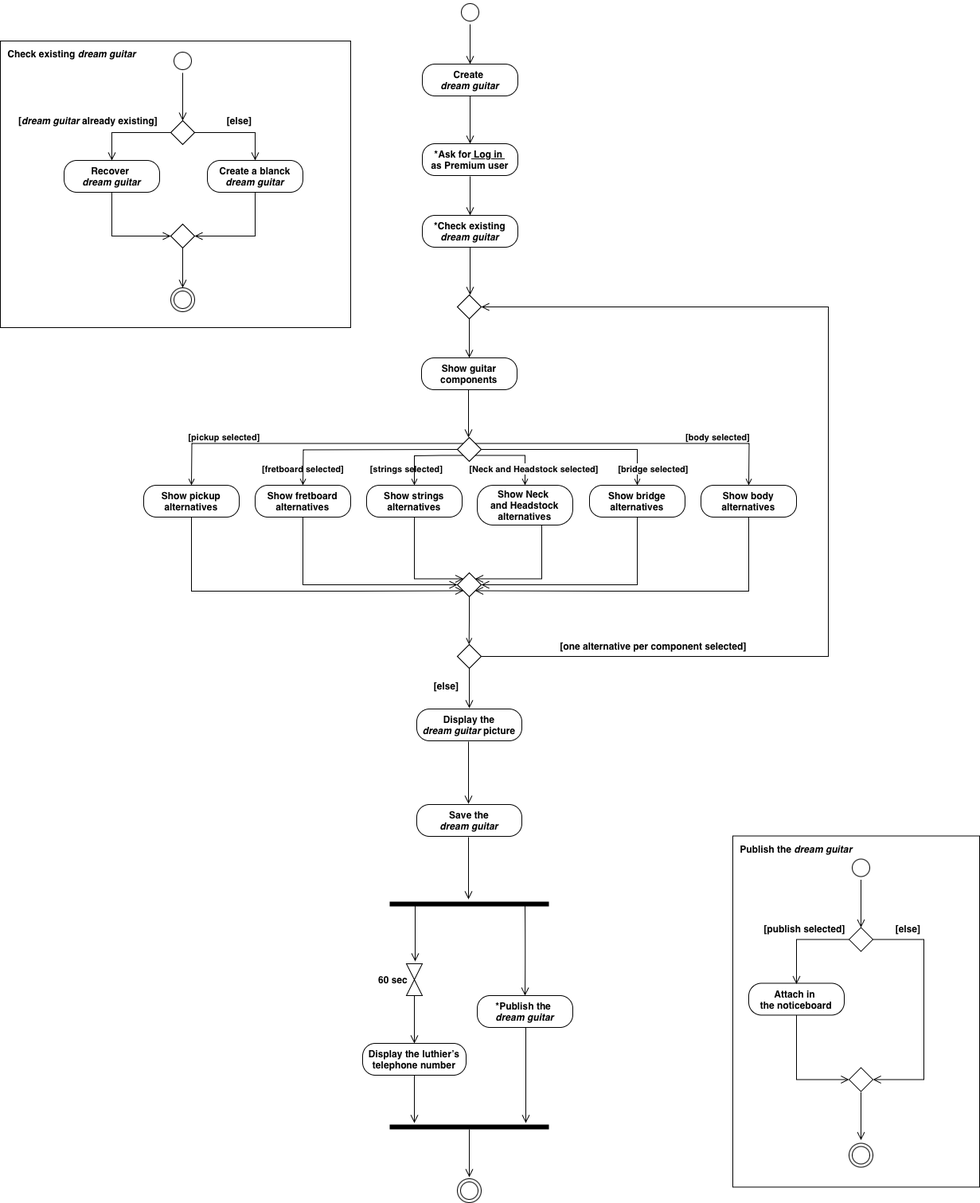
Above: ActivityDiagramT.drawio.png in TizianoLilli/ISPW-Project (draw.io), before the change. Source tidied: cells renumbered, new cells last; positions are measured from the earlier drawing's top-left corner, leaving out a move shared by most shapes.
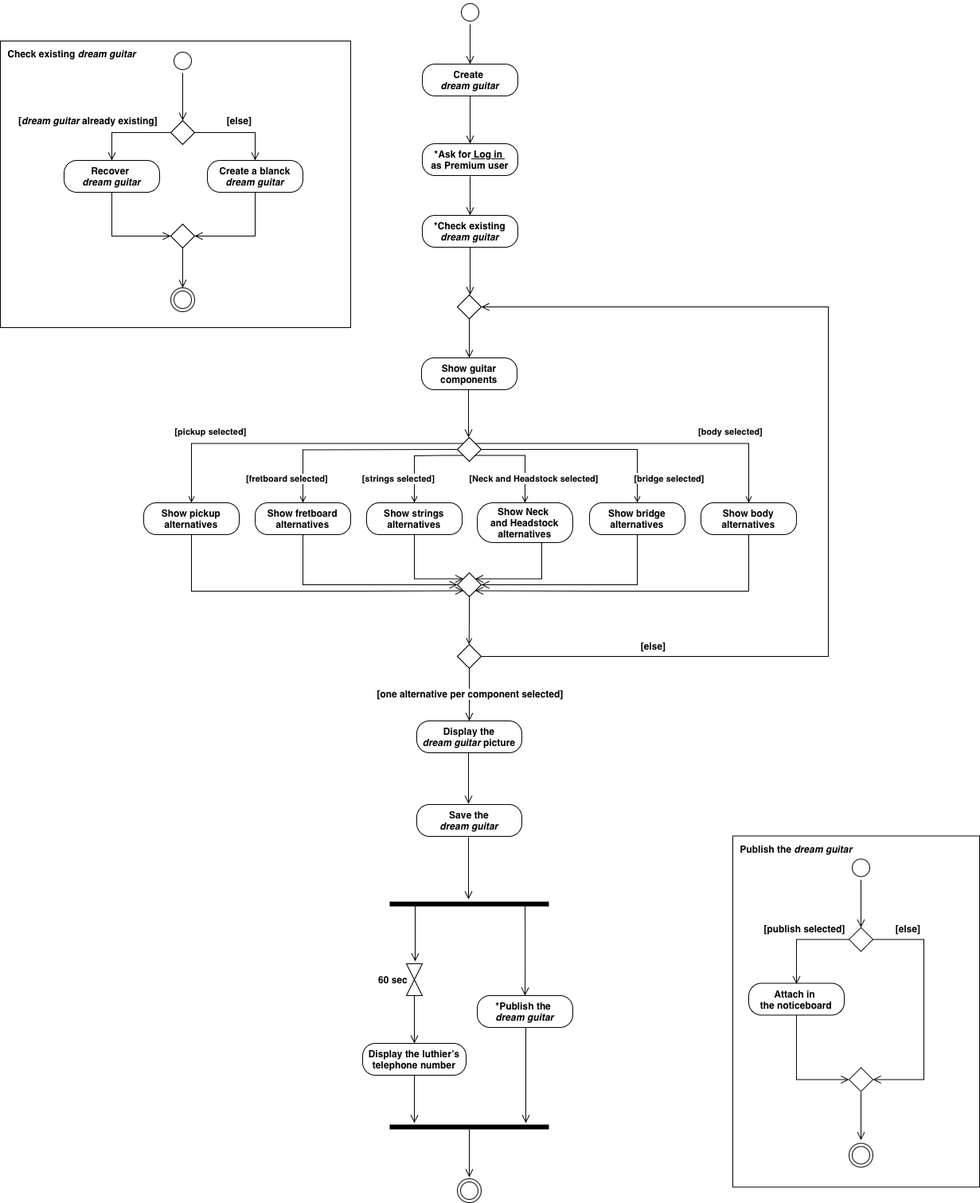
The same file after the commit.

What changed in the source:
```diff
@@ -41,14 +41,13 @@
         <mxPoint x="588" y="549" as="targetPoint" />
       </mxGeometry>
     </mxCell>
-    <mxCell id="11" value="&lt;b style=&quot;&quot;&gt;[fretboard selected]&lt;/b&gt;" style="edgeStyle=orthogonalEdgeStyle;rounded=0;orthogonalLoop=1;jettySize=auto;html=1;exitX=0;exitY=0.5;exitDx=0;exitDy=0;entryX=0.5;entryY=0;entryDx=0;entryDy=0;labelBackgroundColor=none;fontColor=default;labelBorderColor=none;endArrow=open;endFill=0;" parent="1" edge="1">
-      <mxGeometry x="0.83" relative="1" as="geometry">
+    <mxCell id="11" value="&lt;b style=&quot;&quot;&gt;[fretboard selected]&lt;/b&gt;" style="edgeStyle=orthogonalEdgeStyle;rounded=0;jettySize=auto;html=1;exitX=0;exitY=0.5;exitDx=0;exitDy=0;entryX=0.5;entryY=0;entryDx=0;entryDy=0;labelBackgroundColor=default;fontColor=default;labelBorderColor=none;endArrow=open;endFill=0;" parent="1" edge="1" target="20">
+      <mxGeometry x="0.77" y="-20" relative="1" as="geometry">
         <mxPoint x="574" y="564" as="sourcePoint" />
-        <mxPoint x="380" y="609" as="targetPoint" />
       </mxGeometry>
     </mxCell>
-    <mxCell id="12" value="&lt;b style=&quot;&quot;&gt;[strings selected]&lt;/b&gt;" style="edgeStyle=orthogonalEdgeStyle;rounded=0;jettySize=auto;html=1;exitX=0;exitY=1;exitDx=0;exitDy=0;entryX=0.5;entryY=0;entryDx=0;entryDy=0;labelBackgroundColor=none;fontColor=default;endArrow=open;endFill=0;" parent="1" edge="1" source="17" target="26">
-      <mxGeometry x="0.59" y="-10" relative="1" as="geometry">
+    <mxCell id="12" value="&lt;b style=&quot;&quot;&gt;[strings selected]&lt;/b&gt;" style="edgeStyle=orthogonalEdgeStyle;rounded=0;jettySize=auto;html=1;exitX=0;exitY=1;exitDx=0;exitDy=0;entryX=0.5;entryY=0;entryDx=0;entryDy=0;labelBackgroundColor=default;fontColor=default;endArrow=open;endFill=0;" parent="1" edge="1" source="17" target="26">
+      <mxGeometry x="0.5" y="-20" relative="1" as="geometry">
         <Array as="points">
           <mxPoint x="554" y="572" />
           <mxPoint x="520" y="572" />
@@ -56,20 +55,20 @@
       </mxGeometry>
     </mxCell>
     <mxCell id="13" value="&lt;b style=&quot;background-color: rgb(251, 251, 251);&quot;&gt;[bridge selected]&lt;/b&gt;" style="edgeStyle=orthogonalEdgeStyle;rounded=0;jettySize=auto;html=1;exitX=1;exitY=0.5;exitDx=0;exitDy=0;entryX=0.5;entryY=0;entryDx=0;entryDy=0;labelBackgroundColor=none;fontColor=default;endArrow=open;endFill=0;" parent="1" edge="1" source="17" target="22">
-      <mxGeometry x="0.83" y="20" relative="1" as="geometry" />
+      <mxGeometry x="0.77" y="40" relative="1" as="geometry" />
     </mxCell>
-    <mxCell id="14" value="&lt;br&gt;&lt;b style=&quot;forced-color-adjust: none; color: rgb(0, 0, 0); font-family: Helvetica; font-size: 11px; font-style: normal; font-variant-ligatures: normal; font-variant-caps: normal; letter-spacing: normal; orphans: 2; text-align: center; text-indent: 0px; text-transform: none; widows: 2; word-spacing: 0px; -webkit-text-stroke-width: 0px; white-space: nowrap; text-decoration-thickness: initial; text-decoration-style: initial; text-decoration-color: initial;&quot;&gt;[pickup selected]&lt;/b&gt;&lt;div&gt;&lt;br/&gt;&lt;/div&gt;" style="edgeStyle=orthogonalEdgeStyle;rounded=0;jettySize=auto;html=1;exitX=0;exitY=0;exitDx=0;exitDy=0;entryX=0.5;entryY=0;entryDx=0;entryDy=0;labelBackgroundColor=none;fontColor=default;endArrow=open;endFill=0;" parent="1" edge="1" source="17">
-      <mxGeometry x="0.53" y="-8" relative="1" as="geometry">
-        <mxPoint x="240" y="609" as="targetPoint" />
+    <mxCell id="14" value="&lt;br&gt;&lt;b style=&quot;forced-color-adjust: none; color: rgb(0, 0, 0); font-family: Helvetica; font-size: 11px; font-style: normal; font-variant-ligatures: normal; font-variant-caps: normal; letter-spacing: normal; orphans: 2; text-align: center; text-indent: 0px; text-transform: none; widows: 2; word-spacing: 0px; -webkit-text-stroke-width: 0px; white-space: nowrap; text-decoration-thickness: initial; text-decoration-style: initial; text-decoration-color: initial;&quot;&gt;[pickup selected]&lt;/b&gt;&lt;div&gt;&lt;br/&gt;&lt;/div&gt;" style="edgeStyle=orthogonalEdgeStyle;rounded=0;jettySize=auto;html=1;exitX=0;exitY=0;exitDx=0;exitDy=0;entryX=0.5;entryY=0;entryDx=0;entryDy=0;labelBackgroundColor=none;fontColor=default;endArrow=open;endFill=0;" parent="1" edge="1" source="17" target="18">
+      <mxGeometry x="0.53" y="-15" relative="1" as="geometry">
+        <mxPoint x="1" as="offset" />
       </mxGeometry>
     </mxCell>
-    <mxCell id="15" value="&lt;br&gt;&lt;b style=&quot;forced-color-adjust: none; color: rgb(0, 0, 0); font-family: Helvetica; font-size: 11px; font-style: normal; font-variant-ligatures: normal; font-variant-caps: normal; letter-spacing: normal; orphans: 2; text-align: center; text-indent: 0px; text-transform: none; widows: 2; word-spacing: 0px; -webkit-text-stroke-width: 0px; white-space: nowrap; background-color: rgb(251, 251, 251); text-decoration-thickness: initial; text-decoration-style: initial; text-decoration-color: initial;&quot;&gt;[body selected]&lt;/b&gt;&lt;div&gt;&lt;br/&gt;&lt;/div&gt;" style="edgeStyle=orthogonalEdgeStyle;rounded=0;jettySize=auto;html=1;exitX=1;exitY=0;exitDx=0;exitDy=0;entryX=0.5;entryY=0;entryDx=0;entryDy=0;textShadow=1;labelBackgroundColor=none;fontColor=default;endArrow=open;endFill=0;" parent="1" edge="1" source="17">
-      <mxGeometry x="0.53" y="8" relative="1" as="geometry">
-        <mxPoint x="940" y="609" as="targetPoint" />
+    <mxCell id="15" value="&lt;br&gt;&lt;b style=&quot;forced-color-adjust: none; color: rgb(0, 0, 0); font-family: Helvetica; font-size: 11px; font-style: normal; font-variant-ligatures: normal; font-variant-caps: normal; letter-spacing: normal; orphans: 2; text-align: center; text-indent: 0px; text-transform: none; widows: 2; word-spacing: 0px; -webkit-text-stroke-width: 0px; white-space: nowrap; background-color: rgb(251, 251, 251); text-decoration-thickness: initial; text-decoration-style: initial; text-decoration-color: initial;&quot;&gt;[body selected]&lt;/b&gt;&lt;div&gt;&lt;br/&gt;&lt;/div&gt;" style="edgeStyle=orthogonalEdgeStyle;rounded=0;jettySize=auto;html=1;exitX=1;exitY=0;exitDx=0;exitDy=0;entryX=0.5;entryY=0;entryDx=0;entryDy=0;textShadow=1;labelBackgroundColor=none;fontColor=default;endArrow=open;endFill=0;" parent="1" edge="1" source="17" target="28">
+      <mxGeometry x="0.53" y="16" relative="1" as="geometry">
+        <mxPoint y="1" as="offset" />
       </mxGeometry>
     </mxCell>
     <mxCell id="16" value="&lt;b style=&quot;background-color: rgb(251, 251, 251);&quot;&gt;[Neck and Headstock selected]&lt;/b&gt;" style="edgeStyle=orthogonalEdgeStyle;rounded=0;jettySize=auto;html=1;exitX=1;exitY=1;exitDx=0;exitDy=0;entryX=0.5;entryY=0;entryDx=0;entryDy=0;labelBackgroundColor=none;fontColor=default;endArrow=open;endFill=0;" parent="1" edge="1" source="17" target="24">
-      <mxGeometry x="0.6" y="11" relative="1" as="geometry">
+      <mxGeometry x="0.51" y="11" relative="1" as="geometry">
         <Array as="points">
           <mxPoint x="659" y="572" />
         </Array>
@@ -79,11 +78,11 @@
       <mxGeometry x="574" y="549" width="30" height="30" as="geometry" />
     </mxCell>
     <mxCell id="18" value="&lt;b&gt;Show pickup&lt;/b&gt;&lt;div&gt;&lt;b&gt;alternatives&lt;/b&gt;&lt;/div&gt;" style="rounded=1;whiteSpace=wrap;html=1;arcSize=40;labelBackgroundColor=none;" parent="1" vertex="1">
-      <mxGeometry x="180" y="609" width="120" height="40" as="geometry" />
+      <mxGeometry x="180" y="631" width="120" height="40" as="geometry" />
     </mxCell>
     <mxCell id="19" style="edgeStyle=orthogonalEdgeStyle;html=1;verticalAlign=bottom;endArrow=open;endSize=8;rounded=0;entryX=0;entryY=1;entryDx=0;entryDy=0;labelBackgroundColor=none;fontColor=default;" parent="1" edge="1" target="31">
       <mxGeometry relative="1" as="geometry">
-        <mxPoint x="240" y="649" as="sourcePoint" />
+        <mxPoint x="240" y="671" as="sourcePoint" />
         <Array as="points">
           <mxPoint x="240" y="742" />
           <mxPoint x="450" y="742" />
@@ -91,7 +90,7 @@
       </mxGeometry>
     </mxCell>
     <mxCell id="20" value="&lt;b&gt;Show fretboard&lt;/b&gt;&lt;div&gt;&lt;b&gt;alternatives&lt;/b&gt;&lt;/div&gt;" style="rounded=1;whiteSpace=wrap;html=1;arcSize=40;labelBackgroundColor=none;" parent="1" vertex="1">
-      <mxGeometry x="320" y="609" width="120" height="40" as="geometry" />
+      <mxGeometry x="320" y="631" width="120" height="40" as="geometry" />
     </mxCell>
     <mxCell id="21" style="edgeStyle=orthogonalEdgeStyle;html=1;verticalAlign=bottom;endArrow=open;endSize=8;rounded=0;entryX=0;entryY=0.5;entryDx=0;entryDy=0;labelBackgroundColor=none;fontColor=default;" parent="1" edge="1" source="20" target="31">
       <mxGeometry relative="1" as="geometry">
@@ -101,7 +100,7 @@
       </mxGeometry>
     </mxCell>
     <mxCell id="22" value="&lt;b&gt;Show bridge&lt;/b&gt;&lt;div&gt;&lt;b&gt;alternatives&lt;/b&gt;&lt;/div&gt;" style="rounded=1;whiteSpace=wrap;html=1;arcSize=40;labelBackgroundColor=none;" parent="1" vertex="1">
-      <mxGeometry x="740" y="609" width="120" height="40" as="geometry" />
+      <mxGeometry x="740" y="631" width="120" height="40" as="geometry" />
     </mxCell>
     <mxCell id="23" style="edgeStyle=orthogonalEdgeStyle;html=1;verticalAlign=bottom;endArrow=open;endSize=8;rounded=0;entryX=1;entryY=0.5;entryDx=0;entryDy=0;labelBackgroundColor=none;fontColor=default;" parent="1" edge="1" source="22" target="31">
       <mxGeometry relative="1" as="geometry">
@@ -111,7 +110,7 @@
       </mxGeometry>
     </mxCell>
     <mxCell id="24" value="&lt;b&gt;Show Neck&amp;nbsp;&lt;/b&gt;&lt;div&gt;&lt;b&gt;and Headstock&lt;/b&gt;&lt;div&gt;&lt;b&gt;alternatives&lt;/b&gt;&lt;/div&gt;&lt;/div&gt;" style="rounded=1;whiteSpace=wrap;html=1;arcSize=40;labelBackgroundColor=none;" parent="1" vertex="1">
-      <mxGeometry x="599" y="609" width="120" height="50" as="geometry" />
+      <mxGeometry x="599" y="631" width="120" height="50" as="geometry" />
     </mxCell>
     <mxCell id="25" style="edgeStyle=orthogonalEdgeStyle;html=1;verticalAlign=bottom;endArrow=open;endSize=8;rounded=0;entryX=1;entryY=0;entryDx=0;entryDy=0;labelBackgroundColor=none;fontColor=default;" parent="1" edge="1" source="24" target="31">
       <mxGeometry relative="1" as="geometry">
@@ -121,7 +120,7 @@
       </mxGeometry>
     </mxCell>
     <mxCell id="26" value="&lt;b&gt;Show strings&lt;/b&gt;&lt;div&gt;&lt;b&gt;alternatives&lt;/b&gt;&lt;/div&gt;" style="rounded=1;whiteSpace=wrap;html=1;arcSize=40;labelBackgroundColor=none;" parent="1" vertex="1">
-      <mxGeometry x="460" y="609" width="120" height="40" as="geometry" />
+      <mxGeometry x="460" y="631" width="120" height="40" as="geometry" />
     </mxCell>
     <mxCell id="27" style="edgeStyle=orthogonalEdgeStyle;html=1;verticalAlign=bottom;endArrow=open;endSize=8;rounded=0;entryX=0;entryY=0;entryDx=0;entryDy=0;labelBackgroundColor=none;fontColor=default;" parent="1" edge="1" source="26" target="31">
       <mxGeometry relative="1" as="geometry">
@@ -132,11 +131,11 @@
       </mxGeometry>
     </mxCell>
     <mxCell id="28" value="&lt;b&gt;Show body&lt;/b&gt;&lt;div&gt;&lt;b&gt;alternatives&lt;/b&gt;&lt;/div&gt;" style="rounded=1;whiteSpace=wrap;html=1;arcSize=40;labelBackgroundColor=none;" parent="1" vertex="1">
-      <mxGeometry x="880" y="609" width="120" height="40" as="geometry" />
+      <mxGeometry x="880" y="631" width="120" height="40" as="geometry" />
     </mxCell>
     <mxCell id="29" style="edgeStyle=orthogonalEdgeStyle;html=1;verticalAlign=bottom;endArrow=open;endSize=8;rounded=0;entryX=1;entryY=1;entryDx=0;entryDy=0;labelBackgroundColor=none;fontColor=default;" parent="1" edge="1" target="31">
       <mxGeometry relative="1" as="geometry">
-        <mxPoint x="940" y="649" as="sourcePoint" />
+        <mxPoint x="940" y="671" as="sourcePoint" />
         <Array as="points">
           <mxPoint x="940" y="742" />
           <mxPoint x="760" y="742" />
@@ -151,13 +150,12 @@
     <mxCell id="31" style="rhombus;whiteSpace=wrap;html=1;labelBackgroundColor=none;" parent="1" vertex="1">
       <mxGeometry x="574" y="719" width="30" height="30" as="geometry" />
     </mxCell>
-    <mxCell id="32" value="[else]" style="edgeStyle=none;curved=1;rounded=0;orthogonalLoop=1;jettySize=auto;html=1;exitX=0.5;exitY=1;exitDx=0;exitDy=0;fontSize=12;startSize=8;endSize=8;fontStyle=1;labelBackgroundColor=none;fontColor=default;endArrow=open;endFill=0;" parent="1" edge="1">
-      <mxGeometry x="-0.12" y="-29" relative="1" as="geometry">
+    <mxCell id="32" value="[one alternative per component selected]" style="edgeStyle=none;curved=1;rounded=0;jettySize=auto;html=1;exitX=0.5;exitY=1;exitDx=0;exitDy=0;fontSize=12;startSize=8;endSize=8;fontStyle=1;labelBackgroundColor=default;fontColor=default;endArrow=open;endFill=0;entryX=0.5;entryY=0;entryDx=0;entryDy=0;" parent="1" edge="1" target="37">
+      <mxGeometry x="-0.03" y="1" relative="1" as="geometry">
         <mxPoint x="589" y="839" as="sourcePoint" />
-        <mxPoint x="589" y="889" as="targetPoint" />
       </mxGeometry>
     </mxCell>
-    <mxCell id="33" value="[one alternative per component selected]" style="edgeStyle=none;curved=0;rounded=0;jettySize=auto;html=1;exitX=1;exitY=0.5;exitDx=0;exitDy=0;fontSize=12;startSize=8;endSize=8;fontStyle=1;endArrow=open;endFill=0;labelBackgroundColor=none;fontColor=default;entryX=1;entryY=0.5;entryDx=0;entryDy=0;" parent="1" edge="1" source="34" target="36">
+    <mxCell id="33" value="[else]" style="edgeStyle=none;curved=0;rounded=0;jettySize=auto;html=1;exitX=1;exitY=0.5;exitDx=0;exitDy=0;fontSize=12;startSize=8;endSize=8;fontStyle=1;endArrow=open;endFill=0;labelBackgroundColor=none;fontColor=default;entryX=1;entryY=0.5;entryDx=0;entryDy=0;" parent="1" edge="1" source="34" target="36">
       <mxGeometry x="-0.67" y="13" relative="1" as="geometry">
         <Array as="points">
           <mxPoint x="1040" y="824" />
@@ -175,15 +173,13 @@
       <mxGeometry x="574" y="370" width="30" height="30" as="geometry" />
     </mxCell>
     <mxCell id="37" value="&lt;b&gt;Display the&lt;/b&gt;&lt;div&gt;&lt;b&gt;&lt;i&gt;dream guitar &lt;/i&gt;picture&lt;/b&gt;&lt;/div&gt;" style="rounded=1;whiteSpace=wrap;html=1;arcSize=40;labelBackgroundColor=none;" parent="1" vertex="1">
-      <mxGeometry x="523" y="890" width="132" height="40" as="geometry" />
+      <mxGeometry x="523" y="905" width="132" height="40" as="geometry" />
     </mxCell>
-    <mxCell id="38" style="edgeStyle=orthogonalEdgeStyle;html=1;verticalAlign=bottom;endArrow=open;endSize=8;rounded=0;labelBackgroundColor=none;fontColor=default;" parent="1" edge="1">
+    <mxCell id="38" style="edgeStyle=orthogonalEdgeStyle;html=1;verticalAlign=bottom;endArrow=open;endSize=8;rounded=0;labelBackgroundColor=none;fontColor=default;exitX=0.5;exitY=1;exitDx=0;exitDy=0;" parent="1" edge="1" source="37">
       <mxGeometry relative="1" as="geometry">
-        <mxPoint x="588" y="931" as="sourcePoint" />
         <mxPoint x="588" y="1009" as="targetPoint" />
         <Array as="points">
-          <mxPoint x="588" y="998" />
-          <mxPoint x="588" y="998" />
+          <mxPoint x="588" y="945" />
         </Array>
       </mxGeometry>
     </mxCell>
```
